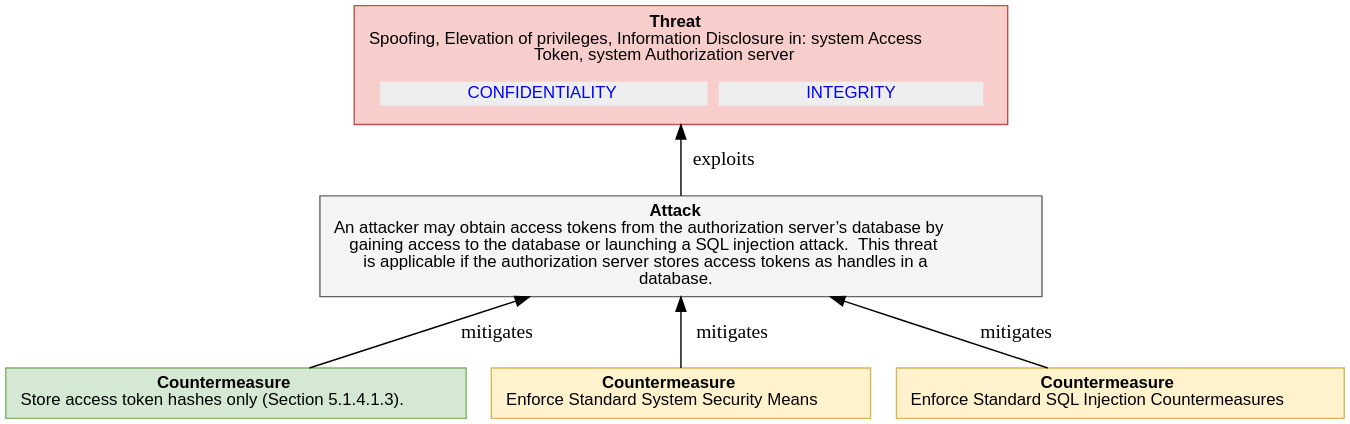
DavidCervigni/threat-models keeps this PlantUML diagram as report-examples/OAuth2/img/threatTree/4_3_2_AS_DB_TOKEN_DISCLOSURE.svg. Above is the earlier version. Its source is kept beside it as report-examples/OAuth2/img/threatTree/4_3_2_AS_DB_TOKEN_DISCLOSURE.puml.
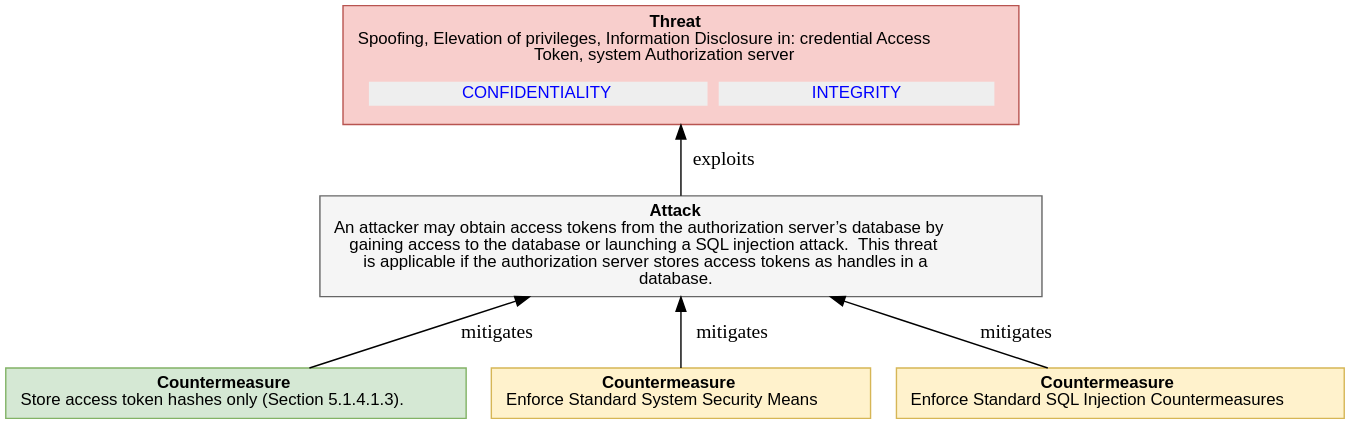
Above is the later version.

What changed in the source:
```diff
@@ -7,7 +7,7 @@
     <<table border="0" cellborder="0" cellspacing="0">
      <tr><td align="center"><b>Threat</b><br/>
 
-Spoofing, Elevation of privileges, Information Disclosure in: system Access<br/>Token, system Authorization server
+Spoofing, Elevation of privileges, Information Disclosure in: credential Access<br/>Token, system Authorization server
 </td></tr>
      <tr><td><table border="0" cellborder="0" cellspacing="8"><tr>
                 ret += secObj.linkedImpactMDText()
```
